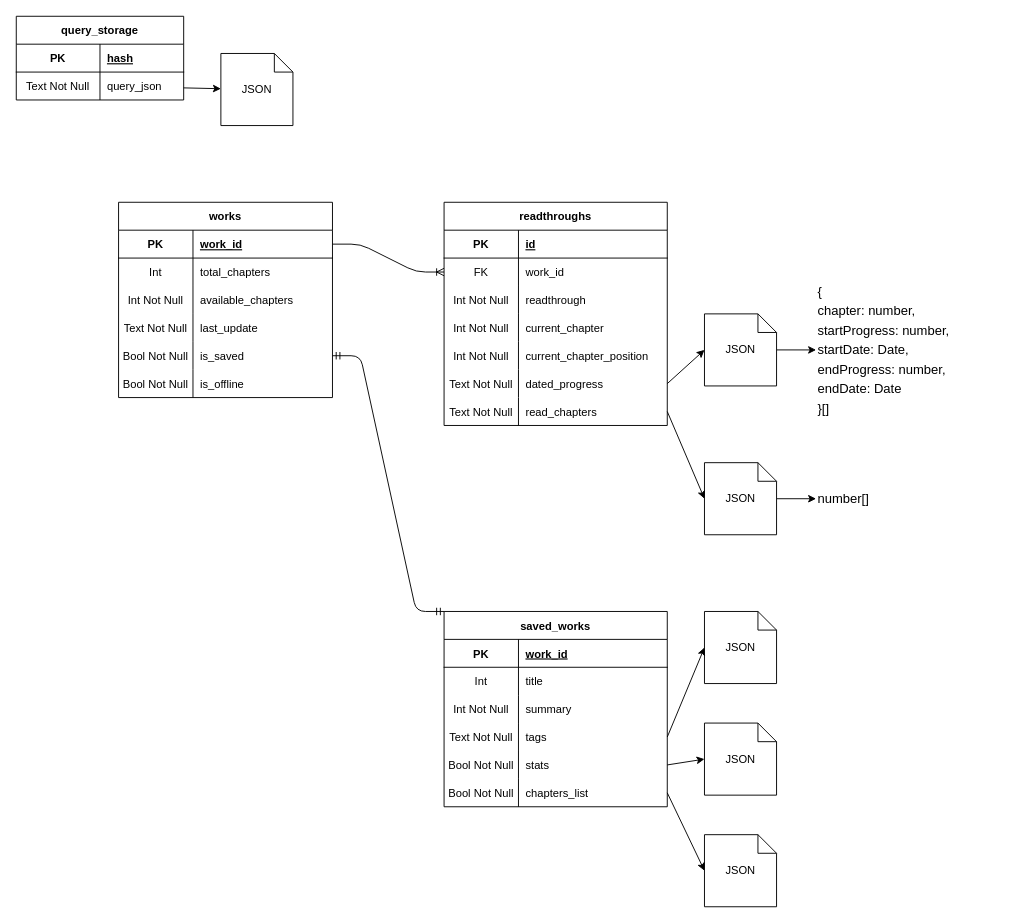
Earlier version of the draw.io diagram services/saver/databaseModel.drawio (bartosz-dude/archive3-reader). Source tidied: cells renumbered, new cells numbered last; positions are measured from the earlier drawing's top-left corner, leaving out a move shared by most shapes. Both pictures are drawn from the tidied source at 93%, with x=0, y=0 at pixel (16, 16).
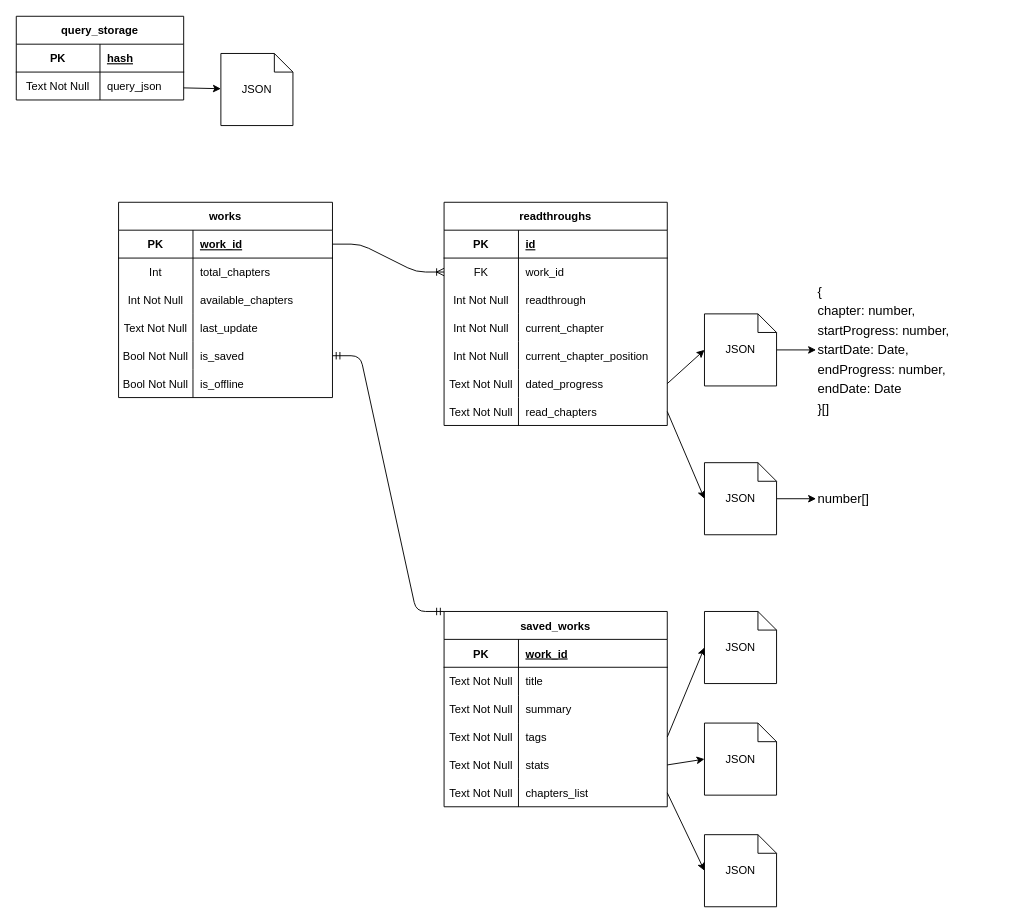
The same diagram, later.

Unchanged cells that the change refers to:
```xml
<mxCell id="65" style="shape=tableRow;horizontal=0;startSize=0;swimlaneHead=0;swimlaneBody=0;fillColor=none;top=0;left=0;right=0;bottom=0;" parent="61" vertex="1">
  <mxGeometry y="60" width="240" height="30" as="geometry" />
</mxCell>
<mxCell id="68" style="shape=tableRow;horizontal=0;startSize=0;swimlaneHead=0;swimlaneBody=0;fillColor=none;top=0;left=0;right=0;bottom=0;" parent="61" vertex="1">
  <mxGeometry y="90" width="240" height="30" as="geometry" />
</mxCell>
<mxCell id="74" style="shape=tableRow;horizontal=0;startSize=0;swimlaneHead=0;swimlaneBody=0;fillColor=none;points=[[0,0.5],[1,0.5]];portConstraint=eastwest;top=0;left=0;right=0;bottom=0;" parent="61" vertex="1">
  <mxGeometry y="150" width="240" height="30" as="geometry" />
</mxCell>
<mxCell id="77" style="shape=tableRow;horizontal=0;startSize=0;swimlaneHead=0;swimlaneBody=0;fillColor=none;points=[[0,0.5],[1,0.5]];portConstraint=eastwest;top=0;left=0;right=0;bottom=0;" parent="61" vertex="1">
  <mxGeometry y="180" width="240" height="30" as="geometry" />
</mxCell>
```

What changed in the source:
```diff
@@
-    <mxCell id="66" value="Int" style="shape=partialRectangle;fillColor=none;top=0;left=0;bottom=0;right=0;overflow=hidden;" parent="65" vertex="1">
+    <mxCell id="66" value="Text Not Null" style="shape=partialRectangle;fillColor=none;top=0;left=0;bottom=0;right=0;overflow=hidden;" parent="65" vertex="1">
       <mxGeometry width="80" height="30" as="geometry" />
     </mxCell>
@@
-    <mxCell id="69" value="Int Not Null" style="shape=partialRectangle;fillColor=none;top=0;left=0;bottom=0;right=0;overflow=hidden;" parent="68" vertex="1">
+    <mxCell id="69" value="Text Not Null" style="shape=partialRectangle;fillColor=none;top=0;left=0;bottom=0;right=0;overflow=hidden;" parent="68" vertex="1">
       <mxGeometry width="80" height="30" as="geometry" />
     </mxCell>
@@
-    <mxCell id="75" value="Bool Not Null" style="shape=partialRectangle;fillColor=none;top=0;left=0;bottom=0;right=0;overflow=hidden;" parent="74" vertex="1">
+    <mxCell id="75" value="Text Not Null" style="shape=partialRectangle;fillColor=none;top=0;left=0;bottom=0;right=0;overflow=hidden;" parent="74" vertex="1">
       <mxGeometry width="80" height="30" as="geometry" />
     </mxCell>
@@
-    <mxCell id="78" value="Bool Not Null" style="shape=partialRectangle;fillColor=none;top=0;left=0;bottom=0;right=0;overflow=hidden;" parent="77" vertex="1">
+    <mxCell id="78" value="Text Not Null" style="shape=partialRectangle;fillColor=none;top=0;left=0;bottom=0;right=0;overflow=hidden;" parent="77" vertex="1">
       <mxGeometry width="80" height="30" as="geometry" />
     </mxCell>
```
